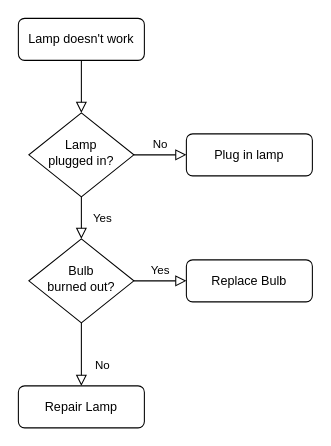
Sammysen/FILE keeps this draw.io diagram as Untitled Diagram.drawio. Above is the earlier version. Source tidied: cells renumbered, new cells numbered last; positions are measured from the earlier drawing's top-left corner, leaving out a move shared by most shapes. Both pictures are drawn from the tidied source at 105%, with x=0, y=0 at pixel (18, 18).
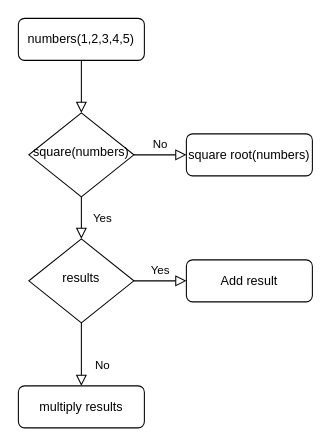
After the change.

Diff of the diagram source:
```diff
@@
 <mxGraphModel>
   <root>
     <mxCell id="0" />
     <mxCell id="1" parent="0" />
     <mxCell id="2" style="rounded=0;html=1;jettySize=auto;fontSize=11;endArrow=block;endFill=0;endSize=8;strokeWidth=1;shadow=0;labelBackgroundColor=none;edgeStyle=orthogonalEdgeStyle;" parent="1" edge="1" source="3" target="6">
       <mxGeometry relative="1" as="geometry" />
     </mxCell>
-    <mxCell id="3" value="Lamp doesn't work" style="rounded=1;whiteSpace=wrap;html=1;fontSize=12;glass=0;strokeWidth=1;shadow=0;" parent="1" vertex="1">
+    <mxCell id="3" value="numbers(1,2,3,4,5)" style="rounded=1;whiteSpace=wrap;html=1;fontSize=12;glass=0;strokeWidth=1;shadow=0;" parent="1" vertex="1">
       <mxGeometry width="120" height="40" as="geometry" />
     </mxCell>
     <mxCell id="4" value="Yes" style="rounded=0;html=1;jettySize=auto;fontSize=11;endArrow=block;endFill=0;endSize=8;strokeWidth=1;shadow=0;labelBackgroundColor=none;edgeStyle=orthogonalEdgeStyle;" parent="1" edge="1" source="6" target="10">
       <mxGeometry y="20" relative="1" as="geometry" />
     </mxCell>
     <mxCell id="5" value="No" style="edgeStyle=orthogonalEdgeStyle;rounded=0;html=1;jettySize=auto;fontSize=11;endArrow=block;endFill=0;endSize=8;strokeWidth=1;shadow=0;labelBackgroundColor=none;" parent="1" edge="1" source="6" target="7">
       <mxGeometry y="10" relative="1" as="geometry" />
     </mxCell>
-    <mxCell id="6" value="Lamp&lt;br&gt;plugged in?" style="rhombus;whiteSpace=wrap;html=1;shadow=0;fontFamily=Helvetica;fontSize=12;align=center;strokeWidth=1;spacing=6;spacingTop=-4;" parent="1" vertex="1">
+    <mxCell id="6" value="square(numbers)" style="rhombus;whiteSpace=wrap;html=1;shadow=0;fontFamily=Helvetica;fontSize=12;align=center;strokeWidth=1;spacing=6;spacingTop=-4;" parent="1" vertex="1">
       <mxGeometry x="10" y="90" width="100" height="80" as="geometry" />
     </mxCell>
-    <mxCell id="7" value="Plug in lamp" style="rounded=1;whiteSpace=wrap;html=1;fontSize=12;glass=0;strokeWidth=1;shadow=0;" parent="1" vertex="1">
+    <mxCell id="7" value="square root(numbers)" style="rounded=1;whiteSpace=wrap;html=1;fontSize=12;glass=0;strokeWidth=1;shadow=0;" parent="1" vertex="1">
       <mxGeometry x="160" y="110" width="120" height="40" as="geometry" />
     </mxCell>
     <mxCell id="8" value="No" style="rounded=0;html=1;jettySize=auto;fontSize=11;endArrow=block;endFill=0;endSize=8;strokeWidth=1;shadow=0;labelBackgroundColor=none;edgeStyle=orthogonalEdgeStyle;" parent="1" edge="1" source="10" target="11">
       <mxGeometry x="0.33" y="20" relative="1" as="geometry" />
     </mxCell>
     <mxCell id="9" value="Yes" style="edgeStyle=orthogonalEdgeStyle;rounded=0;html=1;jettySize=auto;fontSize=11;endArrow=block;endFill=0;endSize=8;strokeWidth=1;shadow=0;labelBackgroundColor=none;" parent="1" edge="1" source="10" target="12">
       <mxGeometry y="10" relative="1" as="geometry" />
     </mxCell>
-    <mxCell id="10" value="Bulb&lt;br&gt;burned out?" style="rhombus;whiteSpace=wrap;html=1;shadow=0;fontFamily=Helvetica;fontSize=12;align=center;strokeWidth=1;spacing=6;spacingTop=-4;" parent="1" vertex="1">
+    <mxCell id="10" value="results" style="rhombus;whiteSpace=wrap;html=1;shadow=0;fontFamily=Helvetica;fontSize=12;align=center;strokeWidth=1;spacing=6;spacingTop=-4;" parent="1" vertex="1">
       <mxGeometry x="10" y="210" width="100" height="80" as="geometry" />
     </mxCell>
-    <mxCell id="11" value="Repair Lamp" style="rounded=1;whiteSpace=wrap;html=1;fontSize=12;glass=0;strokeWidth=1;shadow=0;" parent="1" vertex="1">
+    <mxCell id="11" value="multiply results" style="rounded=1;whiteSpace=wrap;html=1;fontSize=12;glass=0;strokeWidth=1;shadow=0;" parent="1" vertex="1">
       <mxGeometry y="350" width="120" height="40" as="geometry" />
     </mxCell>
-    <mxCell id="12" value="Replace Bulb" style="rounded=1;whiteSpace=wrap;html=1;fontSize=12;glass=0;strokeWidth=1;shadow=0;" parent="1" vertex="1">
+    <mxCell id="12" value="Add result" style="rounded=1;whiteSpace=wrap;html=1;fontSize=12;glass=0;strokeWidth=1;shadow=0;" parent="1" vertex="1">
       <mxGeometry x="160" y="230" width="120" height="40" as="geometry" />
     </mxCell>
   </root>
 </mxGraphModel>
```
